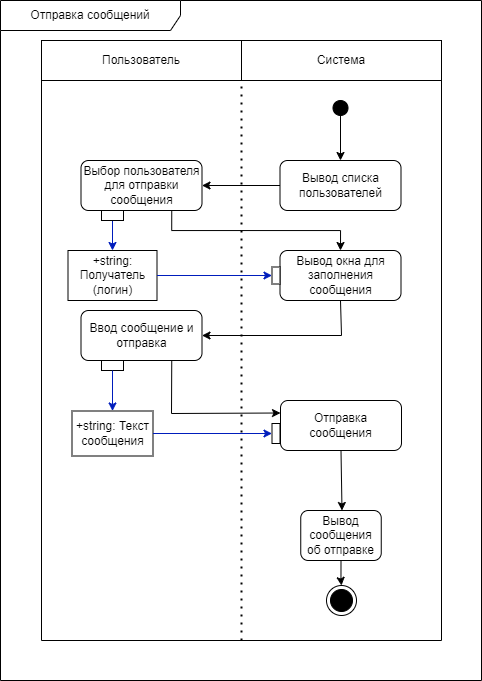
Before: docs/activity_diagrams/отправка сообщения.png, a diagram exported from draw.io (AS2/habrolink). Source tidied: cells renumbered, new cells last; positions are measured from the earlier drawing's top-left corner, leaving out a move shared by most shapes.
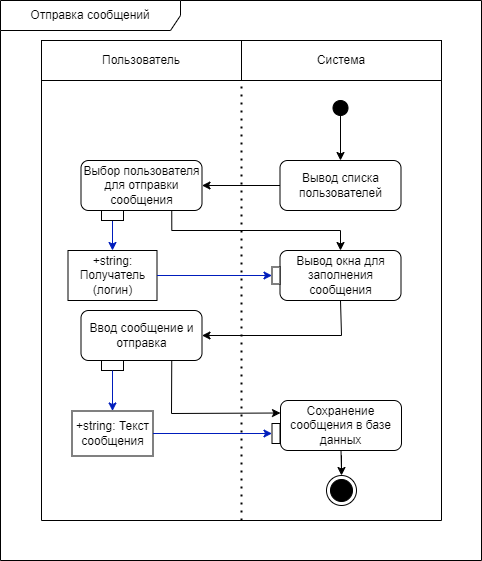
After the commit.

Commit message:
Fixed activity diagrams

Change to the diagram source:
```diff
@@ -40,37 +40,36 @@
     </mxCell>
     <mxCell id="12" style="endArrow=none;dashed=1;html=1;dashPattern=1 3;strokeWidth=2;rounded=0;entryX=0;entryY=1;entryDx=0;entryDy=0;" parent="1" edge="1" target="4">
       <mxGeometry relative="1" as="geometry">
-        <mxPoint x="241" y="640" as="sourcePoint" />
+        <mxPoint x="241" y="520" as="sourcePoint" />
       </mxGeometry>
     </mxCell>
     <mxCell id="13" style="endArrow=none;html=1;rounded=0;entryX=0;entryY=1;entryDx=0;entryDy=0;" parent="1" edge="1" target="3">
       <mxGeometry relative="1" as="geometry">
-        <mxPoint x="41" y="640" as="sourcePoint" />
+        <mxPoint x="41" y="520" as="sourcePoint" />
       </mxGeometry>
     </mxCell>
     <mxCell id="14" style="endArrow=none;html=1;rounded=0;entryX=0;entryY=1;entryDx=0;entryDy=0;" parent="1" edge="1">
       <mxGeometry relative="1" as="geometry">
-        <mxPoint x="441" y="640" as="sourcePoint" />
+        <mxPoint x="441" y="520" as="sourcePoint" />
         <mxPoint x="441" y="80" as="targetPoint" />
       </mxGeometry>
     </mxCell>
-    <mxCell id="15" value="Вывод сообщения об отправке" style="text;html=1;strokeColor=default;fillColor=none;align=center;verticalAlign=middle;whiteSpace=wrap;rounded=1;" parent="1" vertex="1">
-      <mxGeometry x="300.2" y="510" width="80.5" height="50" as="geometry" />
-    </mxCell>
     <mxCell id="16" style="endArrow=none;html=1;rounded=0;" parent="1" edge="1">
       <mxGeometry relative="1" as="geometry">
-        <mxPoint x="41" y="640" as="sourcePoint" />
-        <mxPoint x="441" y="640" as="targetPoint" />
+        <mxPoint x="41" y="520" as="sourcePoint" />
+        <mxPoint x="441" y="520" as="targetPoint" />
       </mxGeometry>
     </mxCell>
     <mxCell id="17" style="ellipse;html=1;shape=endState;fillColor=strokeColor;" parent="1" vertex="1">
-      <mxGeometry x="326" y="585" width="30" height="30" as="geometry" />
+      <mxGeometry x="326" y="475" width="30" height="30" as="geometry" />
     </mxCell>
-    <mxCell id="18" style="edgeStyle=orthogonalEdgeStyle;rounded=0;jettySize=auto;html=1;exitX=0.5;exitY=1;exitDx=0;exitDy=0;" parent="1" edge="1" source="15" target="17">
-      <mxGeometry relative="1" as="geometry" />
+    <mxCell id="18" style="edgeStyle=orthogonalEdgeStyle;rounded=0;jettySize=auto;html=1;exitX=0.5;exitY=1;exitDx=0;exitDy=0;" parent="1" edge="1" target="17">
+      <mxGeometry relative="1" as="geometry">
+        <mxPoint x="340.5" y="450" as="sourcePoint" />
+      </mxGeometry>
     </mxCell>
     <mxCell id="19" value="Отправка сообщений" style="shape=umlFrame;whiteSpace=wrap;html=1;width=180;height=30;" parent="1" vertex="1">
-      <mxGeometry width="481" height="680" as="geometry" />
+      <mxGeometry width="481" height="560" as="geometry" />
     </mxCell>
     <mxCell id="20" value="Ввод сообщение и отправка" style="text;html=1;strokeColor=default;fillColor=none;align=center;verticalAlign=middle;whiteSpace=wrap;rounded=1;" parent="1" vertex="1">
       <mxGeometry x="80.5" y="310" width="121" height="50" as="geometry" />
@@ -82,14 +81,9 @@
         </Array>
       </mxGeometry>
     </mxCell>
-    <mxCell id="22" value="Отправка сообщения" style="text;html=1;strokeColor=default;fillColor=none;align=center;verticalAlign=middle;whiteSpace=wrap;rounded=1;" parent="1" vertex="1">
+    <mxCell id="22" value="Сохранение сообщения в базе данных" style="text;html=1;strokeColor=default;fillColor=none;align=center;verticalAlign=middle;whiteSpace=wrap;rounded=1;" parent="1" vertex="1">
       <mxGeometry x="280" y="400" width="121" height="50" as="geometry" />
     </mxCell>
-    <mxCell id="23" style="endArrow=classic;html=1;rounded=0;exitX=0.5;exitY=1;exitDx=0;exitDy=0;" parent="1" edge="1" source="22">
-      <mxGeometry relative="1" as="geometry">
-        <mxPoint x="341.5" y="510" as="targetPoint" />
-      </mxGeometry>
-    </mxCell>
     <mxCell id="24" style="rounded=0;whiteSpace=wrap;html=1;" parent="1" vertex="1">
       <mxGeometry x="271.5" y="423" width="8" height="20" as="geometry" />
     </mxCell>
```
